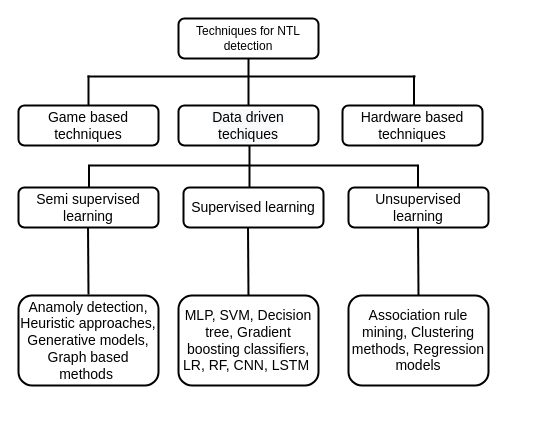
This is Conference paper.drawio from Faisalse/j1_smartgrid, a draw.io file, before an edit. Source tidied: cells renumbered, new cells numbered last; positions are measured from the earlier drawing's top-left corner, leaving out a move shared by most shapes. Both pictures are drawn from the tidied source at 100%, with x=0, y=0 at pixel (18, 18).
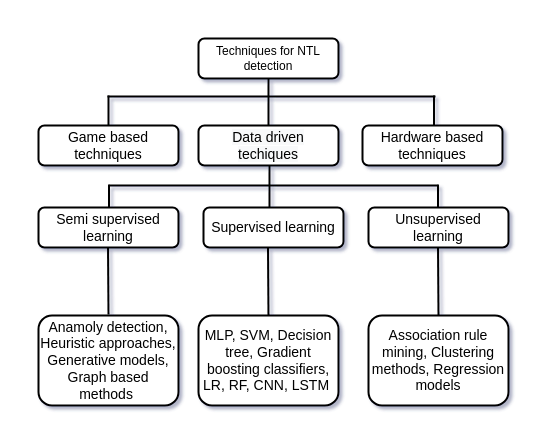
After the change.

Change to the diagram source:
```diff
@@
-<mxGraphModel>
+<mxGraphModel shadow="1">
@@
     <mxCell id="2" style="group;" parent="1" vertex="1">
-      <mxGeometry width="470" height="367" as="geometry" />
+      <mxGeometry width="510" height="407" as="geometry" />
     </mxCell>
     <mxCell id="3" style="endArrow=none;html=1;strokeWidth=2;" parent="2" edge="1">
       <mxGeometry relative="1" as="geometry">
-        <mxPoint x="400" y="277" as="sourcePoint" />
-        <mxPoint x="399.5" y="207" as="targetPoint" />
+        <mxPoint x="420" y="297" as="sourcePoint" />
+        <mxPoint x="419.5" y="227" as="targetPoint" />
       </mxGeometry>
     </mxCell>
     <mxCell id="4" style="endArrow=none;html=1;strokeWidth=2;" parent="2" edge="1">
       <mxGeometry relative="1" as="geometry">
-        <mxPoint x="230" y="279" as="sourcePoint" />
-        <mxPoint x="229.5" y="209" as="targetPoint" />
+        <mxPoint x="250" y="299" as="sourcePoint" />
+        <mxPoint x="249.5" y="229" as="targetPoint" />
       </mxGeometry>
     </mxCell>
     <mxCell id="5" style="endArrow=none;html=1;strokeWidth=2;" parent="2" edge="1">
       <mxGeometry relative="1" as="geometry">
-        <mxPoint x="399.5" y="176" as="sourcePoint" />
-        <mxPoint x="399.5" y="146" as="targetPoint" />
+        <mxPoint x="419.5" y="196" as="sourcePoint" />
+        <mxPoint x="419.5" y="166" as="targetPoint" />
       </mxGeometry>
     </mxCell>
     <mxCell id="6" value="Techniques for NTL detection" style="rounded=1;whiteSpace=wrap;html=1;strokeWidth=2;" parent="2" vertex="1">
-      <mxGeometry x="160" width="140" height="40" as="geometry" />
+      <mxGeometry x="180" y="20" width="140" height="40" as="geometry" />
     </mxCell>
     <mxCell id="7" value="&lt;font style=&quot;font-size: 14px&quot;&gt;Hardware based techniques&lt;/font&gt;" style="rounded=1;whiteSpace=wrap;html=1;strokeWidth=2;" parent="2" vertex="1">
-      <mxGeometry x="324" y="87" width="140" height="40" as="geometry" />
+      <mxGeometry x="344" y="107" width="140" height="40" as="geometry" />
     </mxCell>
     <mxCell id="8" value="&#10;&#10;&lt;span style=&quot;color: rgb(0, 0, 0); font-family: helvetica; font-size: 14px; font-style: normal; font-weight: 400; letter-spacing: normal; text-align: center; text-indent: 0px; text-transform: none; word-spacing: 0px; background-color: rgb(248, 249, 250); display: inline; float: none;&quot;&gt;Data driven&lt;/span&gt;&lt;br style=&quot;color: rgb(0, 0, 0); font-family: helvetica; font-size: 14px; font-style: normal; font-weight: 400; letter-spacing: normal; text-align: center; text-indent: 0px; text-transform: none; word-spacing: 0px; background-color: rgb(248, 249, 250);&quot;&gt;&lt;span style=&quot;color: rgb(0, 0, 0); font-family: helvetica; font-size: 14px; font-style: normal; font-weight: 400; letter-spacing: normal; text-align: center; text-indent: 0px; text-transform: none; word-spacing: 0px; background-color: rgb(248, 249, 250); display: inline; float: none;&quot;&gt;techiques&lt;/span&gt;&#10;&#10;" style="rounded=1;whiteSpace=wrap;html=1;strokeWidth=2;" parent="2" vertex="1">
-      <mxGeometry x="160" y="87" width="140" height="40" as="geometry" />
+      <mxGeometry x="180" y="107" width="140" height="40" as="geometry" />
     </mxCell>
     <mxCell id="9" value="&lt;span style=&quot;font-size: 14px&quot;&gt;Game based techniques&lt;/span&gt;" style="rounded=1;whiteSpace=wrap;html=1;strokeWidth=2;" parent="2" vertex="1">
-      <mxGeometry y="87" width="140" height="40" as="geometry" />
+      <mxGeometry x="20" y="107" width="140" height="40" as="geometry" />
     </mxCell>
@@
     <mxCell id="11" style="endArrow=none;html=1;strokeWidth=2;" parent="2" edge="1">
       <mxGeometry relative="1" as="geometry">
-        <mxPoint x="69" y="58" as="sourcePoint" />
-        <mxPoint x="397" y="58" as="targetPoint" />
+        <mxPoint x="89" y="78" as="sourcePoint" />
+        <mxPoint x="417" y="78" as="targetPoint" />
       </mxGeometry>
     </mxCell>
     <mxCell id="12" style="endArrow=none;html=1;strokeWidth=2;" parent="2" edge="1">
       <mxGeometry relative="1" as="geometry">
-        <mxPoint x="70" y="87" as="sourcePoint" />
-        <mxPoint x="70" y="57" as="targetPoint" />
+        <mxPoint x="90" y="107" as="sourcePoint" />
+        <mxPoint x="90" y="77" as="targetPoint" />
       </mxGeometry>
     </mxCell>
     <mxCell id="13" style="endArrow=none;html=1;strokeWidth=2;" parent="2" edge="1">
       <mxGeometry relative="1" as="geometry">
-        <mxPoint x="395.5" y="87" as="sourcePoint" />
-        <mxPoint x="395.5" y="57" as="targetPoint" />
+        <mxPoint x="415.5" y="107" as="sourcePoint" />
+        <mxPoint x="415.5" y="77" as="targetPoint" />
       </mxGeometry>
     </mxCell>
     <mxCell id="14" style="endArrow=none;html=1;entryX=0.5;entryY=1;entryDx=0;entryDy=0;exitX=0.5;exitY=0;exitDx=0;exitDy=0;strokeWidth=2;" parent="2" edge="1">
       <mxGeometry relative="1" as="geometry">
-        <mxPoint x="231" y="174" as="sourcePoint" />
-        <mxPoint x="231" y="127" as="targetPoint" />
+        <mxPoint x="251" y="194" as="sourcePoint" />
+        <mxPoint x="251" y="147" as="targetPoint" />
       </mxGeometry>
     </mxCell>
     <mxCell id="15" value="&lt;font style=&quot;font-size: 14px&quot;&gt;Supervised learning&lt;/font&gt;" style="rounded=1;whiteSpace=wrap;html=1;strokeWidth=2;" parent="2" vertex="1">
-      <mxGeometry x="165" y="169" width="140" height="40" as="geometry" />
+      <mxGeometry x="185" y="189" width="140" height="40" as="geometry" />
     </mxCell>
     <mxCell id="16" value="&lt;span style=&quot;font-size: 14px&quot;&gt;Unsupervised learning&lt;/span&gt;" style="rounded=1;whiteSpace=wrap;html=1;strokeWidth=2;" parent="2" vertex="1">
-      <mxGeometry x="330" y="169" width="140" height="40" as="geometry" />
+      <mxGeometry x="350" y="189" width="140" height="40" as="geometry" />
     </mxCell>
     <mxCell id="17" style="endArrow=none;html=1;strokeWidth=2;" parent="2" edge="1">
       <mxGeometry relative="1" as="geometry">
-        <mxPoint x="71" y="147" as="sourcePoint" />
-        <mxPoint x="399" y="147" as="targetPoint" />
+        <mxPoint x="91" y="167" as="sourcePoint" />
+        <mxPoint x="419" y="167" as="targetPoint" />
       </mxGeometry>
     </mxCell>
     <mxCell id="18" style="endArrow=none;html=1;strokeWidth=2;" parent="2" edge="1">
       <mxGeometry relative="1" as="geometry">
-        <mxPoint x="70.5" y="176" as="sourcePoint" />
-        <mxPoint x="70.5" y="146" as="targetPoint" />
+        <mxPoint x="90.5" y="196" as="sourcePoint" />
+        <mxPoint x="90.5" y="166" as="targetPoint" />
       </mxGeometry>
     </mxCell>
     <mxCell id="19" value="&lt;span style=&quot;font-size: 14px&quot;&gt;Anamoly detection, Heuristic approaches, Generative models, Graph based methods&amp;nbsp;&lt;/span&gt;" style="rounded=1;whiteSpace=wrap;html=1;strokeWidth=2;" parent="2" vertex="1">
-      <mxGeometry y="277" width="140" height="90" as="geometry" />
+      <mxGeometry x="20" y="297" width="140" height="90" as="geometry" />
     </mxCell>
     <mxCell id="20" value="&lt;span style=&quot;font-size: 14px&quot;&gt;MLP, SVM, Decision tree, Gradient boosting classifiers, LR, RF, CNN, LSTM&amp;nbsp;&lt;/span&gt;" style="rounded=1;whiteSpace=wrap;html=1;strokeWidth=2;" parent="2" vertex="1">
-      <mxGeometry x="160" y="277" width="140" height="90" as="geometry" />
+      <mxGeometry x="180" y="297" width="140" height="90" as="geometry" />
     </mxCell>
     <mxCell id="21" value="&lt;span style=&quot;font-size: 14px&quot;&gt;Association rule mining, Clustering methods, Regression models&lt;/span&gt;" style="rounded=1;whiteSpace=wrap;html=1;strokeWidth=2;" parent="2" vertex="1">
-      <mxGeometry x="330" y="277" width="140" height="90" as="geometry" />
+      <mxGeometry x="350" y="297" width="140" height="90" as="geometry" />
     </mxCell>
     <mxCell id="22" style="endArrow=none;html=1;strokeWidth=2;" parent="2" edge="1">
       <mxGeometry relative="1" as="geometry">
-        <mxPoint x="70" y="276" as="sourcePoint" />
-        <mxPoint x="69.5" y="206" as="targetPoint" />
+        <mxPoint x="90" y="296" as="sourcePoint" />
+        <mxPoint x="89.5" y="226" as="targetPoint" />
       </mxGeometry>
     </mxCell>
     <mxCell id="23" value="&lt;span style=&quot;font-size: 14px&quot;&gt;Semi supervised learning&lt;/span&gt;" style="rounded=1;whiteSpace=wrap;html=1;strokeWidth=2;" parent="2" vertex="1">
-      <mxGeometry y="169" width="140" height="40" as="geometry" />
+      <mxGeometry x="20" y="189" width="140" height="40" as="geometry" />
     </mxCell>
```
